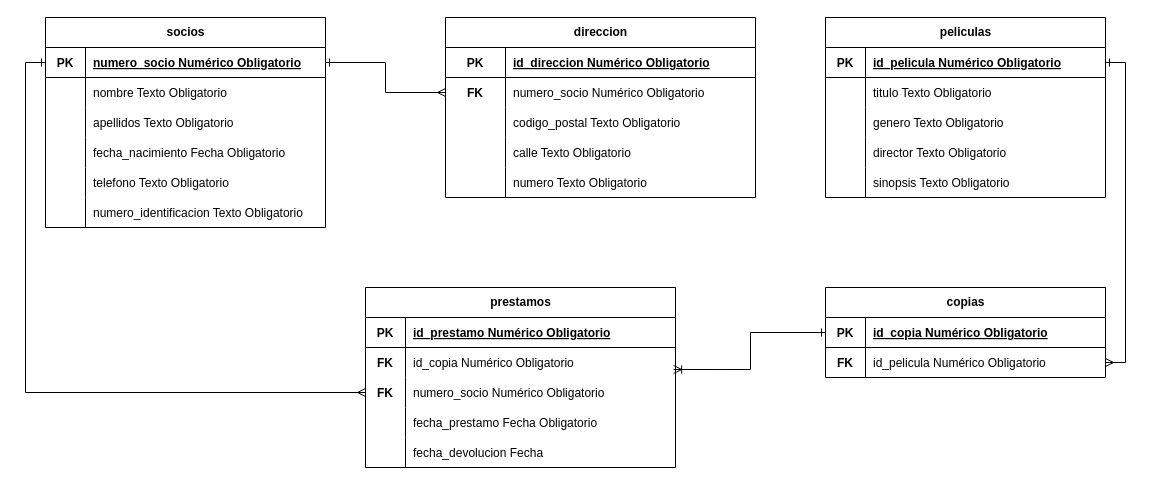
Earlier version of the draw.io diagram video_corregido.drawio (Bitxogm/Entrega-Bootcamp-Practica-SQL). Source tidied: cells renumbered, new cells numbered last; positions are measured from the earlier drawing's top-left corner, leaving out a move shared by most shapes. Both pictures are drawn from the tidied source at 100%, with x=0, y=0 at pixel (45, 17).
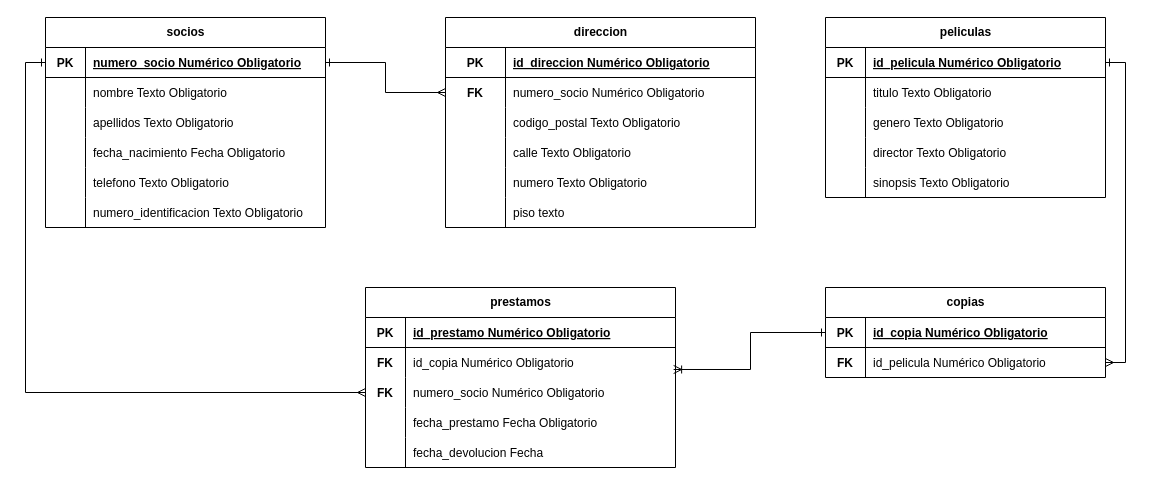
Above is the later version.

Commit message (it also covers changes not shown here):
feat: esquema modificado , insert en tablas, consultas , duda sobre la ultima ... eliminar ???

What changed in the source:
```diff
@@
     <mxCell id="21" value="direccion" style="shape=table;startSize=30;childLayout=tableLayout;rowLines=0;fontStyle=1;align=center;html=1;" parent="1" vertex="1">
-      <mxGeometry x="400" width="310" height="180" as="geometry" />
+      <mxGeometry x="400" width="310" height="210" as="geometry" />
     </mxCell>
@@
+    <mxCell id="80" style="shape=partialRectangle;fillColor=none;top=0;left=0;right=0;bottom=0;" parent="21" vertex="1">
+      <mxGeometry y="180" width="310" height="30" as="geometry" />
+    </mxCell>
+    <mxCell id="81" style="shape=partialRectangle;overflow=hidden;fillColor=none;top=0;left=0;bottom=0;right=0;" parent="80" vertex="1">
+      <mxGeometry width="60" height="30" as="geometry" />
+    </mxCell>
+    <mxCell id="82" value="piso texto " style="shape=partialRectangle;overflow=hidden;fillColor=none;top=0;left=0;bottom=0;right=0;align=left;spacingLeft=6;" parent="80" vertex="1">
+      <mxGeometry x="60" width="250" height="30" as="geometry" />
+    </mxCell>
```
